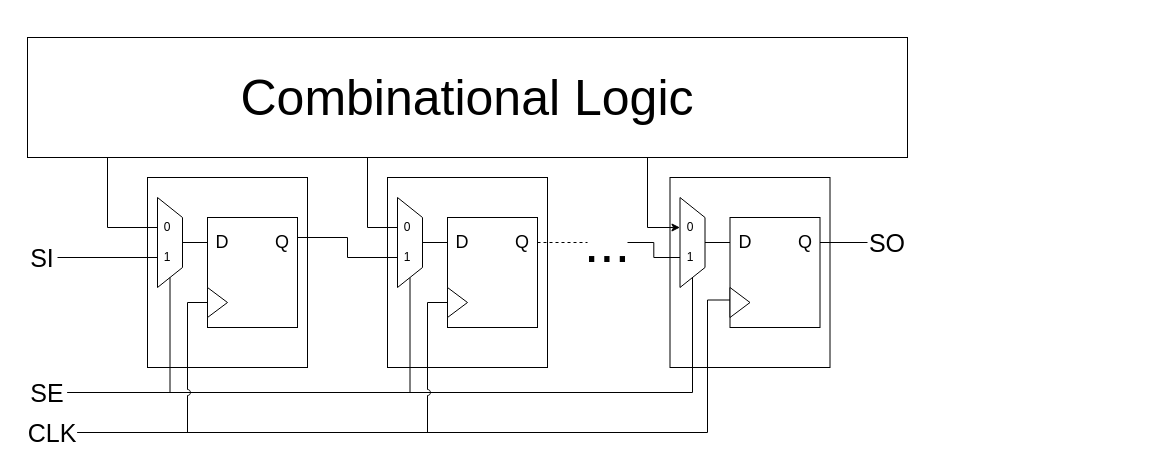
This is scanTest.drawio from FranciscoPRosa/NEEC_test, a draw.io file, before an edit. Source tidied: cells renumbered, new cells numbered last; positions are measured from the earlier drawing's top-left corner, leaving out a move shared by most shapes. Both pictures are drawn from the tidied source at 100%, with x=0, y=0 at pixel (17, 17).
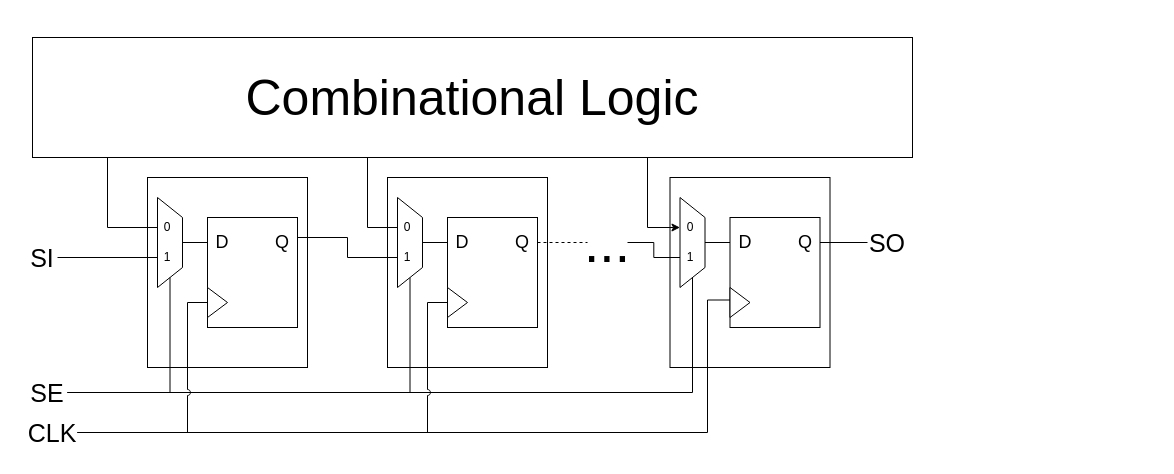
After the change.

What changed in the source:
```diff
@@
     <mxCell id="2" style="rounded=0;whiteSpace=wrap;html=1;strokeColor=none;" parent="1" vertex="1">
-      <mxGeometry width="910" height="440" as="geometry" />
+      <mxGeometry width="1140" height="440" as="geometry" />
     </mxCell>
@@
-    <mxCell id="9" value="&lt;font style=&quot;font-size: 50px;&quot;&gt;Combinational Logic&lt;/font&gt;" style="rounded=0;whiteSpace=wrap;html=1;points=[[0,0,0,0,0],[0,0.25,0,0,0],[0,0.5,0,0,0],[0,0.75,0,0,0],[0,1,0,0,0],[0.11,1,0,0,0],[0.22,1,0,0,0],[0.25,0,0,0,0],[0.25,1,0,0,0],[0.33,1,0,0,0],[0.44,1,0,0,0],[0.5,0,0,0,0],[0.5,1,0,0,0],[0.56,1,0,0,0],[0.67,1,0,0,0],[0.75,0,0,0,0],[0.75,1,0,0,0],[0.78,1,0,0,0],[0.89,1,0,0,0],[1,0,0,0,0],[1,0.25,0,0,0],[1,0.5,0,0,0],[1,0.75,0,0,0],[1,1,0,0,0]];" parent="1" vertex="1">
-      <mxGeometry x="10" y="20" width="880" height="120" as="geometry" />
+    <mxCell id="9" value="&lt;font style=&quot;font-size: 50px;&quot;&gt;Combinational Logic&lt;/font&gt;" style="rounded=0;whiteSpace=wrap;html=1;" parent="1" vertex="1">
+      <mxGeometry x="15" y="20" width="880" height="120" as="geometry" />
     </mxCell>
```
